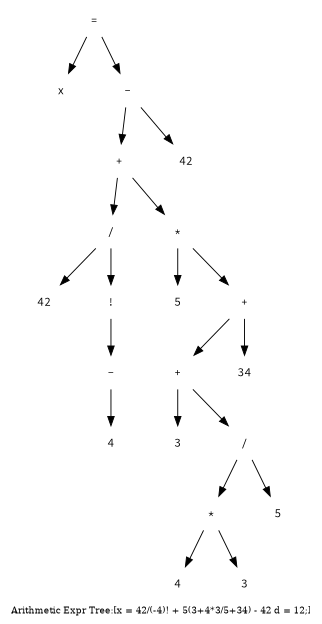
The Graphviz diagram xio.dot.png in oldlonecoder/xio, before a commit. Its source is kept beside it as xio.dot.
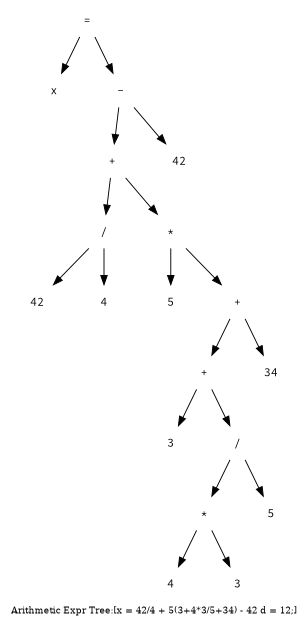
Above is the later version.

The edit, as a diff of the source:
```diff
@@ -1,46 +1,42 @@
 digraph arithmetic_expressionree {
 ratio=compress; ranksep=.55; size = "6.5,6.5";
     node [fontname="Source Code Pro", fontsize=12];
-    label="Arithmetic Expr Tree:[x = 42/(-4)! + 5(3+4*3/5+34) - 42 d = 12;]"; fontsize = 10;
-    xioNode0x564ecb5d4a20 [shape=none, label="="]
-    xioNode0x564ecb5c55e0 [shape=none, label="x"]
-    xioNode0x564ecb5dc4e0 [shape=none, label="-"]
-    xioNode0x564ecb5dfd00 [shape=none, label="+"]
-    xioNode0x564ecb5df5c0 [shape=none, label="/"]
-    xioNode0x564ecb5d5050 [shape=none, label="42"]
-    xioNode0x564ecb5e0050 [shape=none, label="!"]
-    xioNode0x564ecb5dfe40 [shape=none, label="-"]
-    xioNode0x564ecb5e0190 [shape=none, label="4"]
-    xioNode0x564ecb5df450 [shape=none, label="*"]
-    xioNode0x564ecb5df830 [shape=none, label="5"]
-    xioNode0x564ecb5db780 [shape=none, label="+"]
-    xioNode0x564ecb5d9f70 [shape=none, label="+"]
-    xioNode0x564ecb5e05f0 [shape=none, label="3"]
-    xioNode0x564ecb5dad70 [shape=none, label="/"]
-    xioNode0x564ecb5da540 [shape=none, label="*"]
-    xioNode0x564ecb5da1e0 [shape=none, label="4"]
-    xioNode0x564ecb5da850 [shape=none, label="3"]
-    xioNode0x564ecb5db1d0 [shape=none, label="5"]
-    xioNode0x564ecb5dbb60 [shape=none, label="34"]
-    xioNode0x564ecb5dc8e0 [shape=none, label="42"]
-    xioNode0x564ecb5d4a20 -> xioNode0x564ecb5c55e0;
-    xioNode0x564ecb5d4a20 -> xioNode0x564ecb5dc4e0;
-    xioNode0x564ecb5dc4e0 -> xioNode0x564ecb5dfd00;
-    xioNode0x564ecb5dfd00 -> xioNode0x564ecb5df5c0;
-    xioNode0x564ecb5df5c0 -> xioNode0x564ecb5d5050;
-    xioNode0x564ecb5df5c0 -> xioNode0x564ecb5e0050;
-    xioNode0x564ecb5e0050 -> xioNode0x564ecb5dfe40;
-    xioNode0x564ecb5dfe40 -> xioNode0x564ecb5e0190;
-    xioNode0x564ecb5dfd00 -> xioNode0x564ecb5df450;
-    xioNode0x564ecb5df450 -> xioNode0x564ecb5df830;
-    xioNode0x564ecb5df450 -> xioNode0x564ecb5db780;
-    xioNode0x564ecb5db780 -> xioNode0x564ecb5d9f70;
-    xioNode0x564ecb5d9f70 -> xioNode0x564ecb5e05f0;
-    xioNode0x564ecb5d9f70 -> xioNode0x564ecb5dad70;
-    xioNode0x564ecb5dad70 -> xioNode0x564ecb5da540;
-    xioNode0x564ecb5da540 -> xioNode0x564ecb5da1e0;
-    xioNode0x564ecb5da540 -> xioNode0x564ecb5da850;
-    xioNode0x564ecb5dad70 -> xioNode0x564ecb5db1d0;
-    xioNode0x564ecb5db780 -> xioNode0x564ecb5dbb60;
-    xioNode0x564ecb5dc4e0 -> xioNode0x564ecb5dc8e0;
+    label="Arithmetic Expr Tree:[x = 42/4 + 5(3+4*3/5+34) - 42 d = 12;]"; fontsize = 10;
+    xioNode0x55661e4f7ab0 [shape=none, label="="]
+    xioNode0x55661e4fd700 [shape=none, label="x"]
+    xioNode0x55661e50f0a0 [shape=none, label="-"]
+    xioNode0x55661e5122c0 [shape=none, label="+"]
+    xioNode0x55661e511ae0 [shape=none, label="/"]
+    xioNode0x55661e509a50 [shape=none, label="42"]
+    xioNode0x55661e511e40 [shape=none, label="4"]
+    xioNode0x55661e512a50 [shape=none, label="*"]
+    xioNode0x55661e512640 [shape=none, label="5"]
+    xioNode0x55661e50e340 [shape=none, label="+"]
+    xioNode0x55661e50a790 [shape=none, label="+"]
+    xioNode0x55661e512b90 [shape=none, label="3"]
+    xioNode0x55661e50dab0 [shape=none, label="/"]
+    xioNode0x55661e512780 [shape=none, label="*"]
+    xioNode0x55661e50b430 [shape=none, label="4"]
+    xioNode0x55661e50d670 [shape=none, label="3"]
+    xioNode0x55661e50ddb0 [shape=none, label="5"]
+    xioNode0x55661e50e820 [shape=none, label="34"]
+    xioNode0x55661e50f420 [shape=none, label="42"]
+    xioNode0x55661e4f7ab0 -> xioNode0x55661e4fd700;
+    xioNode0x55661e4f7ab0 -> xioNode0x55661e50f0a0;
+    xioNode0x55661e50f0a0 -> xioNode0x55661e5122c0;
+    xioNode0x55661e5122c0 -> xioNode0x55661e511ae0;
+    xioNode0x55661e511ae0 -> xioNode0x55661e509a50;
+    xioNode0x55661e511ae0 -> xioNode0x55661e511e40;
+    xioNode0x55661e5122c0 -> xioNode0x55661e512a50;
+    xioNode0x55661e512a50 -> xioNode0x55661e512640;
+    xioNode0x55661e512a50 -> xioNode0x55661e50e340;
+    xioNode0x55661e50e340 -> xioNode0x55661e50a790;
+    xioNode0x55661e50a790 -> xioNode0x55661e512b90;
+    xioNode0x55661e50a790 -> xioNode0x55661e50dab0;
+    xioNode0x55661e50dab0 -> xioNode0x55661e512780;
+    xioNode0x55661e512780 -> xioNode0x55661e50b430;
+    xioNode0x55661e512780 -> xioNode0x55661e50d670;
+    xioNode0x55661e50dab0 -> xioNode0x55661e50ddb0;
+    xioNode0x55661e50e340 -> xioNode0x55661e50e820;
+    xioNode0x55661e50f0a0 -> xioNode0x55661e50f420;
 }
```
